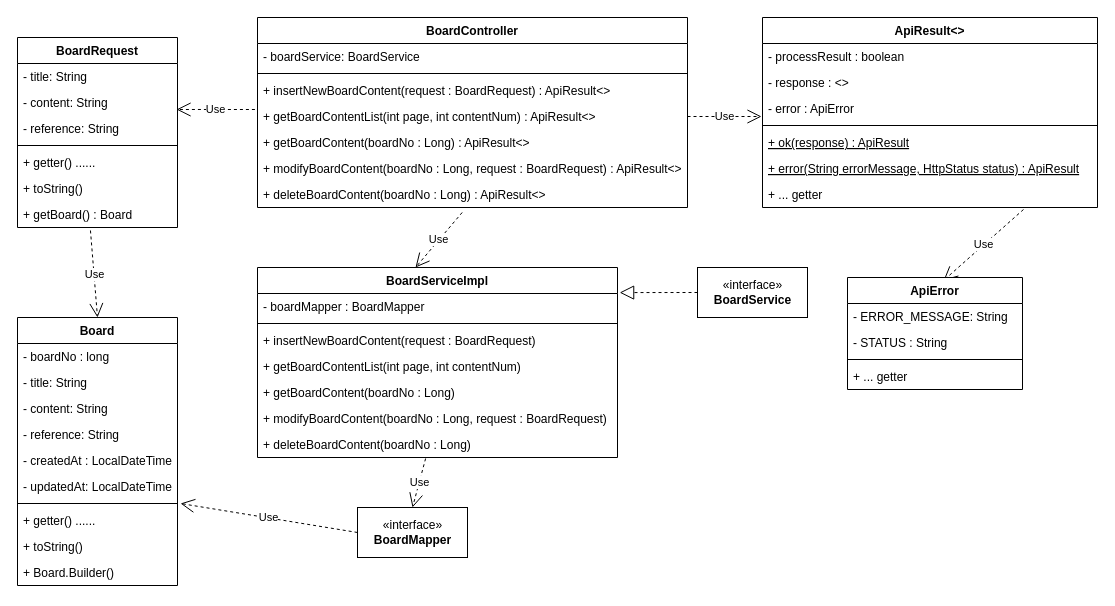
GentleDot/keepsd keeps this draw.io diagram as keepsd.drawio. Above is the earlier version. Source tidied: cells renumbered, new cells numbered last; positions are measured from the earlier drawing's top-left corner, leaving out a move shared by most shapes. Both pictures are drawn from the tidied source at 100%, with x=0, y=0 at pixel (17, 17).
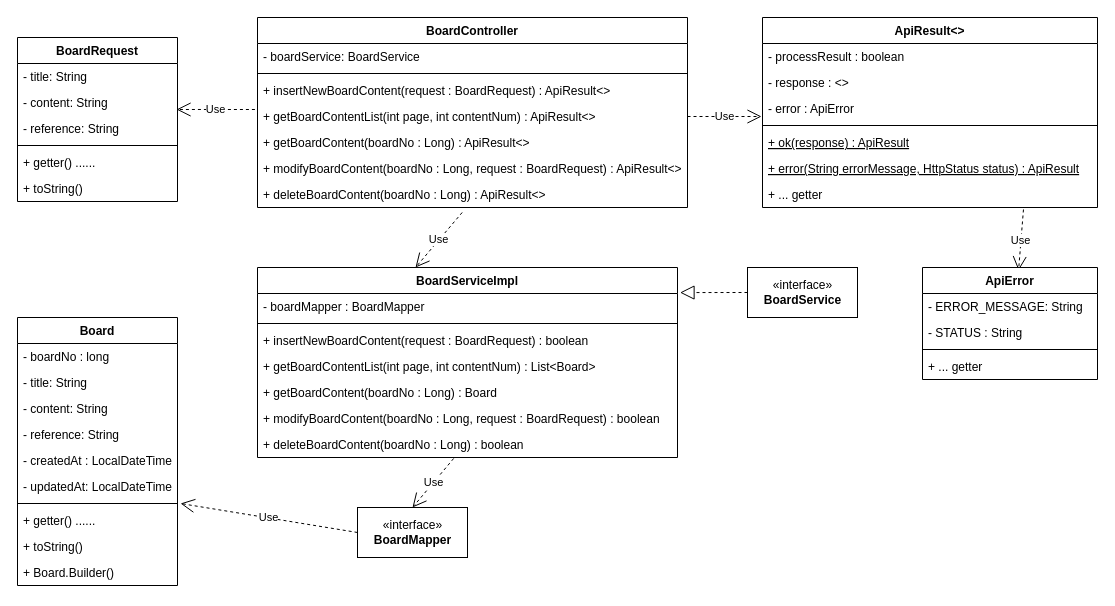
The same diagram, later.

Commit message (it also covers changes not shown here):
KeepSD_board - BoardService 구현

Unchanged cells that the change refers to:
```xml
<mxCell id="27" value="Board" style="swimlane;fontStyle=1;align=center;verticalAlign=top;horizontal=1;startSize=26;" parent="1" vertex="1">
  <mxGeometry y="300" width="160" height="268" as="geometry" />
</mxCell>
```

The edit, as a diff of the source:
```diff
@@
-    <mxCell id="3" value="Use" style="endArrow=open;endSize=12;dashed=1;html=1;exitX=0.456;exitY=1.115;exitDx=0;exitDy=0;exitPerimeter=0;entryX=0.5;entryY=0;entryDx=0;entryDy=0;" parent="1" edge="1" source="18" target="27">
-      <mxGeometry relative="1" as="geometry" />
-    </mxCell>
@@
     <mxCell id="5" value="«interface»&lt;br&gt;&lt;b&gt;BoardService&lt;/b&gt;" style="html=1;" parent="1" vertex="1">
-      <mxGeometry x="680" y="250" width="110" height="50" as="geometry" />
+      <mxGeometry x="730" y="250" width="110" height="50" as="geometry" />
     </mxCell>
@@
     <mxCell id="11" value="BoardRequest" style="swimlane;fontStyle=1;align=center;verticalAlign=top;horizontal=1;startSize=26;" parent="1" vertex="1">
-      <mxGeometry y="20" width="160" height="190" as="geometry" />
+      <mxGeometry y="20" width="160" height="164" as="geometry" />
     </mxCell>
@@
-    <mxCell id="18" value="+ getBoard() : Board" style="text;strokeColor=none;fillColor=none;align=left;verticalAlign=top;spacingLeft=4;spacingRight=4;overflow=hidden;points=[[0,0.5],[1,0.5]];portConstraint=eastwest;" parent="11" vertex="1">
-      <mxGeometry y="164" width="160" height="26" as="geometry" />
-    </mxCell>
@@
     <mxCell id="38" value="BoardServiceImpl" style="swimlane;fontStyle=1;align=center;verticalAlign=top;horizontal=1;startSize=26;" parent="1" vertex="1">
-      <mxGeometry x="240" y="250" width="360" height="190" as="geometry" />
+      <mxGeometry x="240" y="250" width="420" height="190" as="geometry" />
     </mxCell>
     <mxCell id="39" value="- boardMapper : BoardMapper" style="text;strokeColor=none;fillColor=none;align=left;verticalAlign=top;spacingLeft=4;spacingRight=4;overflow=hidden;" parent="38" vertex="1">
-      <mxGeometry y="26" width="360" height="26" as="geometry" />
+      <mxGeometry y="26" width="420" height="26" as="geometry" />
     </mxCell>
     <mxCell id="40" style="line;strokeWidth=1;fillColor=none;align=left;verticalAlign=middle;spacingTop=-1;spacingLeft=3;spacingRight=3;labelPosition=right;" parent="38" vertex="1">
-      <mxGeometry y="52" width="360" height="8" as="geometry" />
+      <mxGeometry y="52" width="420" height="8" as="geometry" />
     </mxCell>
-    <mxCell id="41" value="+ insertNewBoardContent(request : BoardRequest)" style="text;strokeColor=none;fillColor=none;align=left;verticalAlign=top;spacingLeft=4;spacingRight=4;overflow=hidden;" parent="38" vertex="1">
-      <mxGeometry y="60" width="360" height="26" as="geometry" />
+    <mxCell id="41" value="+ insertNewBoardContent(request : BoardRequest) : boolean" style="text;strokeColor=none;fillColor=none;align=left;verticalAlign=top;spacingLeft=4;spacingRight=4;overflow=hidden;" parent="38" vertex="1">
+      <mxGeometry y="60" width="420" height="26" as="geometry" />
     </mxCell>
-    <mxCell id="42" value="+ getBoardContentList(int page, int contentNum)" style="text;strokeColor=none;fillColor=none;align=left;verticalAlign=top;spacingLeft=4;spacingRight=4;overflow=hidden;" parent="38" vertex="1">
-      <mxGeometry y="86" width="360" height="26" as="geometry" />
+    <mxCell id="42" value="+ getBoardContentList(int page, int contentNum) : List&lt;Board&gt;" style="text;strokeColor=none;fillColor=none;align=left;verticalAlign=top;spacingLeft=4;spacingRight=4;overflow=hidden;" parent="38" vertex="1">
+      <mxGeometry y="86" width="420" height="26" as="geometry" />
     </mxCell>
-    <mxCell id="43" value="+ getBoardContent(boardNo : Long)" style="text;strokeColor=none;fillColor=none;align=left;verticalAlign=top;spacingLeft=4;spacingRight=4;overflow=hidden;" parent="38" vertex="1">
-      <mxGeometry y="112" width="360" height="26" as="geometry" />
+    <mxCell id="43" value="+ getBoardContent(boardNo : Long) : Board" style="text;strokeColor=none;fillColor=none;align=left;verticalAlign=top;spacingLeft=4;spacingRight=4;overflow=hidden;" parent="38" vertex="1">
+      <mxGeometry y="112" width="420" height="26" as="geometry" />
     </mxCell>
-    <mxCell id="44" value="+ modifyBoardContent(boardNo : Long, request : BoardRequest)" style="text;strokeColor=none;fillColor=none;align=left;verticalAlign=top;spacingLeft=4;spacingRight=4;overflow=hidden;" parent="38" vertex="1">
-      <mxGeometry y="138" width="360" height="26" as="geometry" />
+    <mxCell id="44" value="+ modifyBoardContent(boardNo : Long, request : BoardRequest) : boolean" style="text;strokeColor=none;fillColor=none;align=left;verticalAlign=top;spacingLeft=4;spacingRight=4;overflow=hidden;" parent="38" vertex="1">
+      <mxGeometry y="138" width="420" height="26" as="geometry" />
     </mxCell>
-    <mxCell id="45" value="+ deleteBoardContent(boardNo : Long)" style="text;strokeColor=none;fillColor=none;align=left;verticalAlign=top;spacingLeft=4;spacingRight=4;overflow=hidden;points=[[0,0.5],[1,0.5]];portConstraint=eastwest;" parent="38" vertex="1">
-      <mxGeometry y="164" width="360" height="26" as="geometry" />
+    <mxCell id="45" value="+ deleteBoardContent(boardNo : Long) : boolean" style="text;strokeColor=none;fillColor=none;align=left;verticalAlign=top;spacingLeft=4;spacingRight=4;overflow=hidden;points=[[0,0.5],[1,0.5]];portConstraint=eastwest;" parent="38" vertex="1">
+      <mxGeometry y="164" width="420" height="26" as="geometry" />
     </mxCell>
-    <mxCell id="46" value="ApiError" style="swimlane;fontStyle=1;align=center;verticalAlign=top;horizontal=1;startSize=26;" parent="1" vertex="1">
-      <mxGeometry x="830" y="260" width="175" height="112" as="geometry" />
-    </mxCell>
-    <mxCell id="47" value="- ERROR_MESSAGE: String" style="text;strokeColor=none;fillColor=none;align=left;verticalAlign=top;spacingLeft=4;spacingRight=4;overflow=hidden;fontStyle=0;" parent="46" vertex="1">
-      <mxGeometry y="26" width="175" height="26" as="geometry" />
-    </mxCell>
-    <mxCell id="48" value="- STATUS : String" style="text;strokeColor=none;fillColor=none;align=left;verticalAlign=top;spacingLeft=4;spacingRight=4;overflow=hidden;fontStyle=0;" parent="46" vertex="1">
-      <mxGeometry y="52" width="175" height="26" as="geometry" />
-    </mxCell>
-    <mxCell id="49" style="line;strokeWidth=1;fillColor=none;align=left;verticalAlign=middle;spacingTop=-1;spacingLeft=3;spacingRight=3;labelPosition=right;" parent="46" vertex="1">
-      <mxGeometry y="78" width="175" height="8" as="geometry" />
-    </mxCell>
-    <mxCell id="50" value="+ ... getter" style="text;strokeColor=none;fillColor=none;align=left;verticalAlign=top;spacingLeft=4;spacingRight=4;overflow=hidden;" parent="46" vertex="1">
-      <mxGeometry y="86" width="175" height="26" as="geometry" />
-    </mxCell>
@@
+    <mxCell id="46" value="ApiError" style="swimlane;fontStyle=1;align=center;verticalAlign=top;horizontal=1;startSize=26;" parent="1" vertex="1">
+      <mxGeometry x="905" y="250" width="175" height="112" as="geometry" />
+    </mxCell>
+    <mxCell id="47" value="- ERROR_MESSAGE: String" style="text;strokeColor=none;fillColor=none;align=left;verticalAlign=top;spacingLeft=4;spacingRight=4;overflow=hidden;fontStyle=0;" parent="46" vertex="1">
+      <mxGeometry y="26" width="175" height="26" as="geometry" />
+    </mxCell>
+    <mxCell id="48" value="- STATUS : String" style="text;strokeColor=none;fillColor=none;align=left;verticalAlign=top;spacingLeft=4;spacingRight=4;overflow=hidden;fontStyle=0;" parent="46" vertex="1">
+      <mxGeometry y="52" width="175" height="26" as="geometry" />
+    </mxCell>
+    <mxCell id="49" style="line;strokeWidth=1;fillColor=none;align=left;verticalAlign=middle;spacingTop=-1;spacingLeft=3;spacingRight=3;labelPosition=right;" parent="46" vertex="1">
+      <mxGeometry y="78" width="175" height="8" as="geometry" />
+    </mxCell>
+    <mxCell id="50" value="+ ... getter" style="text;strokeColor=none;fillColor=none;align=left;verticalAlign=top;spacingLeft=4;spacingRight=4;overflow=hidden;" parent="46" vertex="1">
+      <mxGeometry y="86" width="175" height="26" as="geometry" />
+    </mxCell>
```
